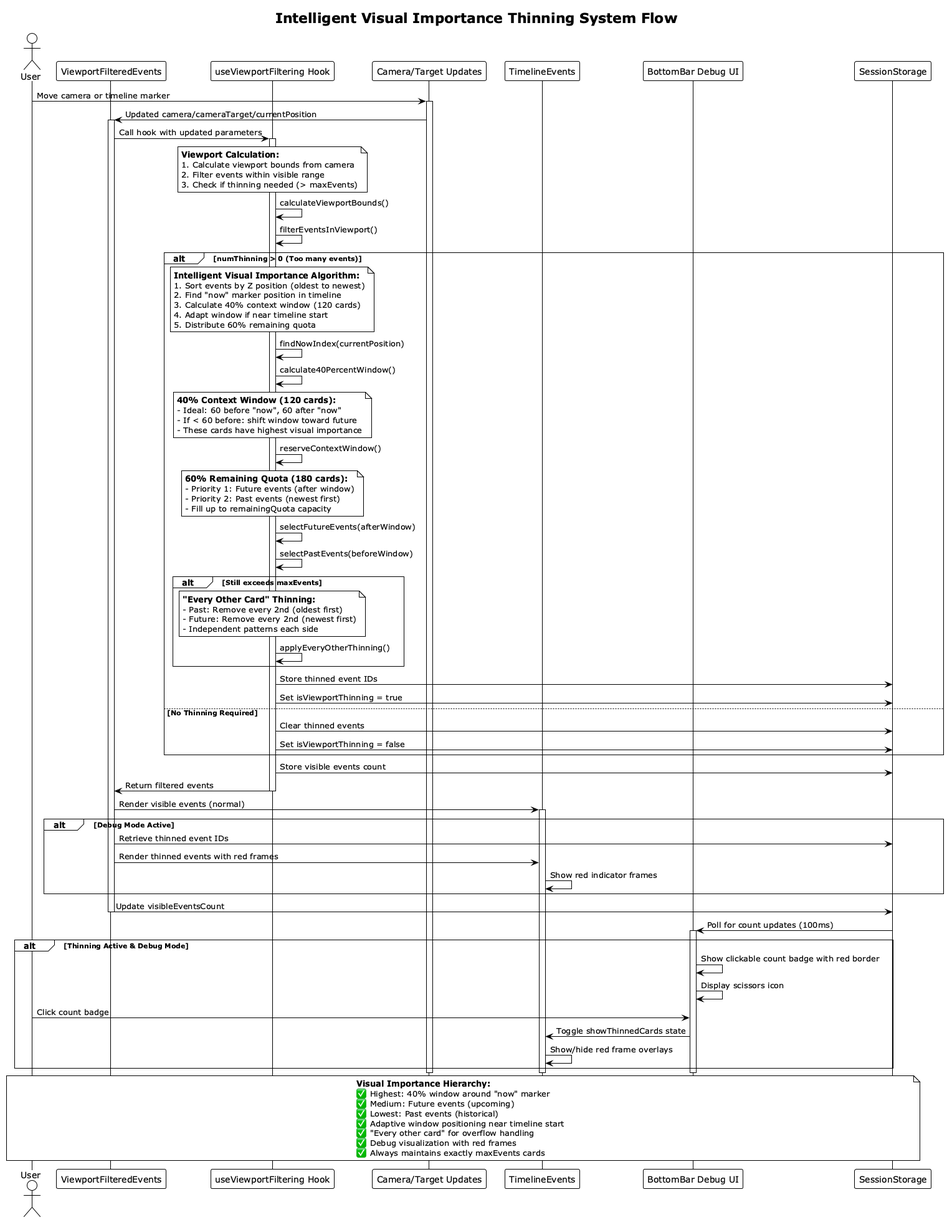
Before: docs/images/viewport-culling-flow.png, a diagram exported from PlantUML (fwornle/timeline).
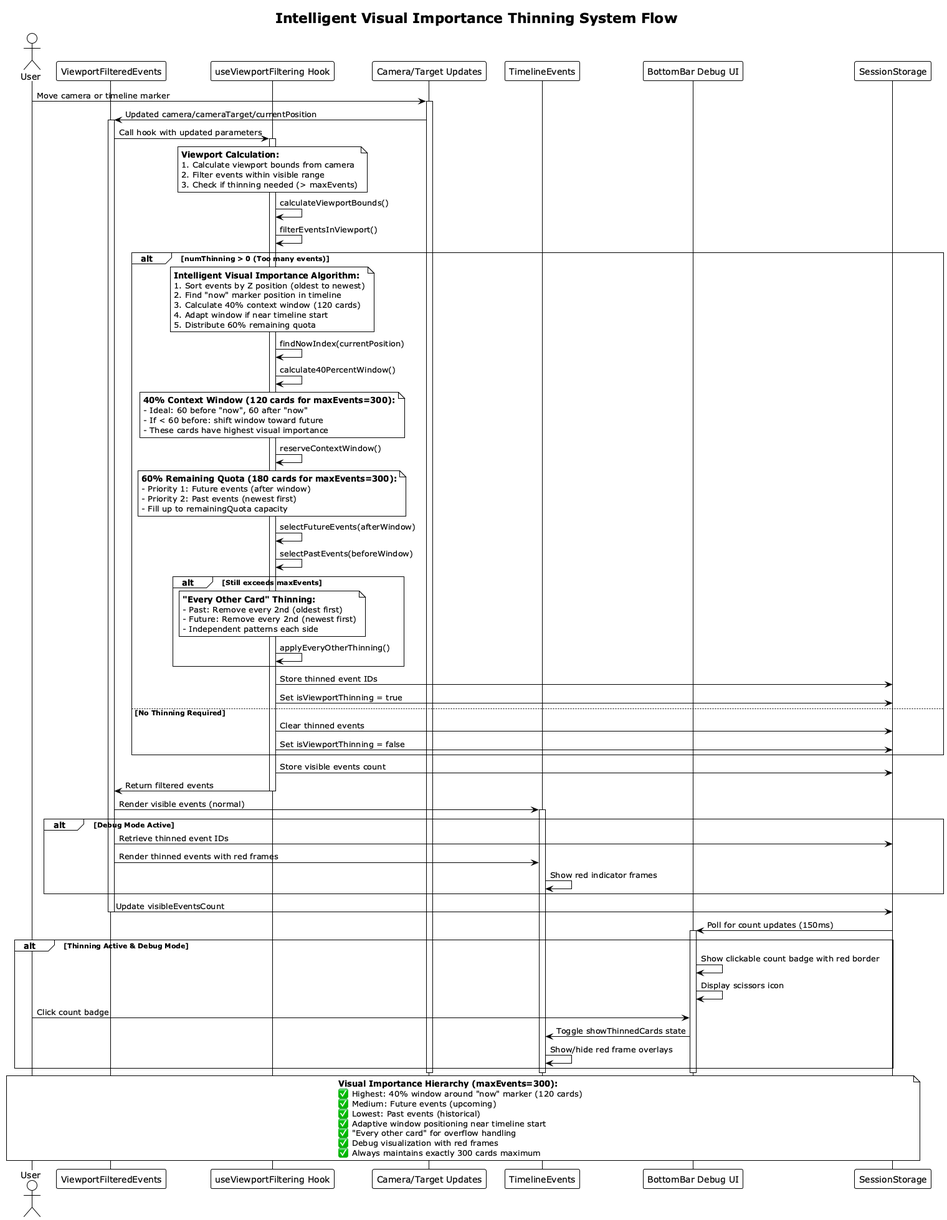
Above is the later version.

Commit message:
docs: updated documentation after culling/thinning update

The edit, as a diff of the source:
```diff
@@ -46,7 +46,7 @@
     VFH -> VFH : calculate40PercentWindow()
 
     note over VFH
-    **40% Context Window (120 cards):**
+    **40% Context Window (120 cards for maxEvents=300):**
     - Ideal: 60 before "now", 60 after "now"
     - If < 60 before: shift window toward future
     - These cards have highest visual importance
@@ -55,7 +55,7 @@
     VFH -> VFH : reserveContextWindow()
 
     note over VFH
-    **60% Remaining Quota (180 cards):**
+    **60% Remaining Quota (180 cards for maxEvents=300):**
     - Priority 1: Future events (after window)
     - Priority 2: Past events (newest first)
     - Fill up to remainingQuota capacity
@@ -99,7 +99,7 @@
 VFE -> Storage : Update visibleEventsCount
 deactivate VFE
 
-Storage -> Debug : Poll for count updates (100ms)
+Storage -> Debug : Poll for count updates (150ms)
 activate Debug
 
 alt Thinning Active & Debug Mode
@@ -116,14 +116,14 @@
 deactivate Debug
 
 note over User, Storage
-**Visual Importance Hierarchy:**
-✅ Highest: 40% window around "now" marker
+**Visual Importance Hierarchy (maxEvents=300):**
+✅ Highest: 40% window around "now" marker (120 cards)
 ✅ Medium: Future events (upcoming)
 ✅ Lowest: Past events (historical)
 ✅ Adaptive window positioning near timeline start
 ✅ "Every other card" for overflow handling
 ✅ Debug visualization with red frames
-✅ Always maintains exactly maxEvents cards
+✅ Always maintains exactly 300 cards maximum
 end note
 
 @enduml
```
